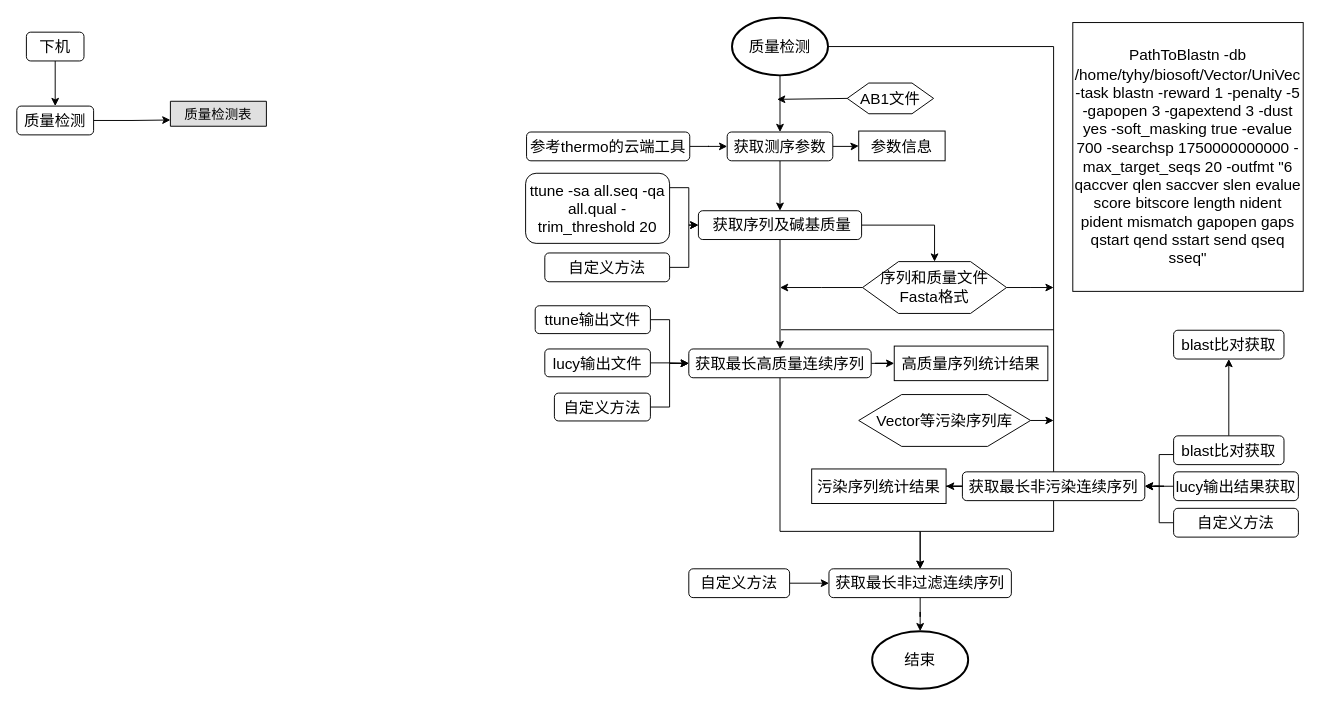
Before: doc/FlowChat.drawio in lry198010/SangerSequenceAnalysis, a draw.io diagram. Source tidied: cells renumbered, new cells numbered last; positions are measured from the earlier drawing's top-left corner, leaving out a move shared by most shapes. Both pictures are drawn from the tidied source at 96%, with x=0, y=0 at pixel (16, 17).
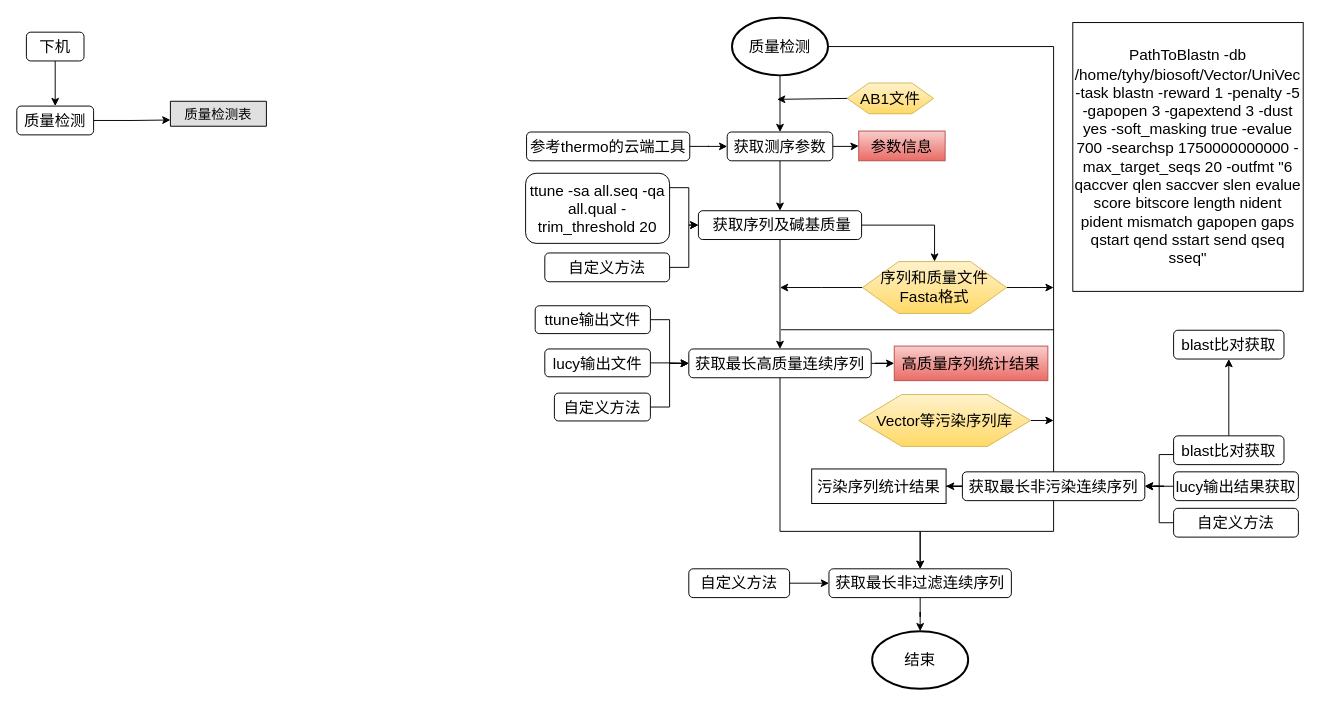
The same page after the edit.

Commit message:
Color the output result. FlowChat.drawio

The edit, as a diff of the source:
```diff
@@
-    <mxCell id="10" value="AB1文件" style="shape=hexagon;perimeter=hexagonPerimeter2;whiteSpace=wrap;html=1;fontSize=16;" parent="1" vertex="1">
+    <mxCell id="10" value="AB1文件" style="shape=hexagon;perimeter=hexagonPerimeter2;whiteSpace=wrap;html=1;fontSize=16;gradientColor=#ffd966;fillColor=#fff2cc;strokeColor=#d6b656;" parent="1" vertex="1">
       <mxGeometry x="865" y="68" width="90" height="32" as="geometry" />
     </mxCell>
@@
-    <mxCell id="13" value="序列和质量文件&lt;br&gt;Fasta格式" style="shape=hexagon;perimeter=hexagonPerimeter2;whiteSpace=wrap;html=1;fontSize=16;" parent="1" vertex="1">
+    <mxCell id="13" value="序列和质量文件&lt;br&gt;Fasta格式" style="shape=hexagon;perimeter=hexagonPerimeter2;whiteSpace=wrap;html=1;fontSize=16;gradientColor=#ffd966;fillColor=#fff2cc;strokeColor=#d6b656;" parent="1" vertex="1">
       <mxGeometry x="881" y="254" width="150" height="54" as="geometry" />
     </mxCell>
@@
-    <mxCell id="32" value="参数信息" style="whiteSpace=wrap;html=1;fontSize=16;" parent="1" vertex="1">
+    <mxCell id="32" value="参数信息" style="whiteSpace=wrap;html=1;fontSize=16;fillColor=#f8cecc;strokeColor=#b85450;gradientColor=#ea6b66;" parent="1" vertex="1">
       <mxGeometry x="877" y="118" width="90" height="31" as="geometry" />
     </mxCell>
@@
-    <mxCell id="38" value="Vector等污染序列库" style="shape=hexagon;perimeter=hexagonPerimeter2;whiteSpace=wrap;html=1;fontSize=16;" parent="1" vertex="1">
+    <mxCell id="38" value="Vector等污染序列库" style="shape=hexagon;perimeter=hexagonPerimeter2;whiteSpace=wrap;html=1;fontSize=16;gradientColor=#ffd966;fillColor=#fff2cc;strokeColor=#d6b656;" parent="1" vertex="1">
       <mxGeometry x="877" y="392.5" width="179" height="54" as="geometry" />
     </mxCell>
@@
-    <mxCell id="51" value="高质量序列统计结果" style="rounded=0;whiteSpace=wrap;html=1;fontSize=16;" parent="1" vertex="1">
+    <mxCell id="51" value="高质量序列统计结果" style="rounded=0;whiteSpace=wrap;html=1;fontSize=16;gradientColor=#ea6b66;fillColor=#f8cecc;strokeColor=#b85450;" parent="1" vertex="1">
       <mxGeometry x="914" y="342" width="160" height="36" as="geometry" />
     </mxCell>
```
